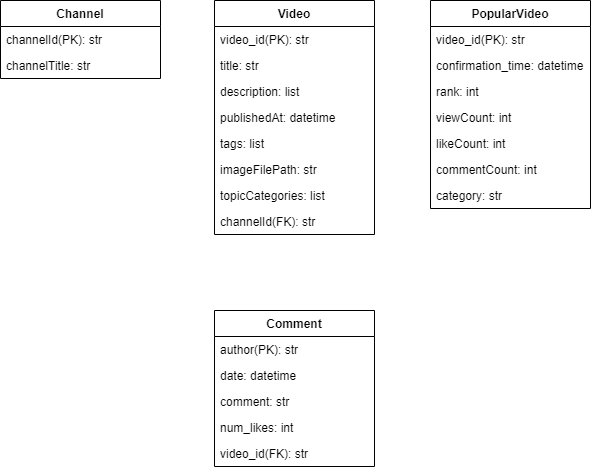
This is youtube_crawler_schema.png from oodeng98/Youtube_crawler, a draw.io export, as it was before one commit. Source tidied: cells renumbered, new cells last; positions are measured from the earlier drawing's top-left corner, leaving out a move shared by most shapes.
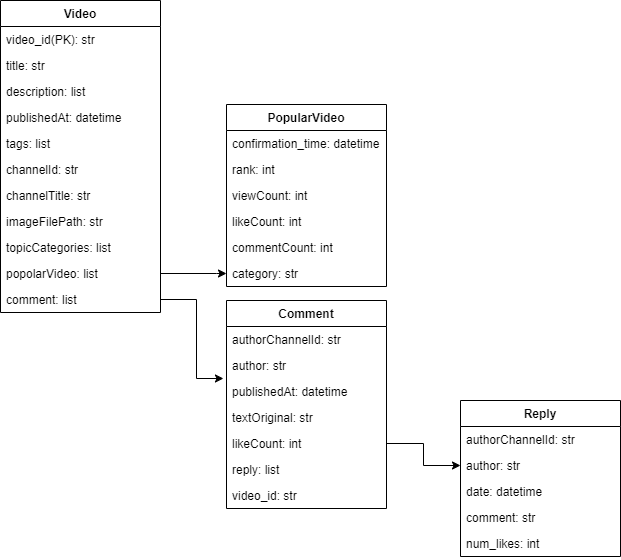
Later version of the same file.

What changed in the source:
```diff
@@ -3,14 +3,14 @@
     <mxCell id="0" />
     <mxCell id="1" parent="0" />
     <mxCell id="2" value="Video" style="swimlane;fontStyle=1;align=center;verticalAlign=top;horizontal=1;startSize=26;" parent="1" vertex="1">
-      <mxGeometry x="214" width="160" height="234" as="geometry" />
+      <mxGeometry y="-10" width="160" height="312" as="geometry" />
     </mxCell>
+    <mxCell id="4" value="video_id(PK): str" style="text;strokeColor=none;fillColor=none;align=left;verticalAlign=top;spacingLeft=4;spacingRight=4;overflow=hidden;" parent="2" vertex="1">
+      <mxGeometry y="26" width="160" height="26" as="geometry" />
+    </mxCell>
-    <mxCell id="3" value="video_id(PK): str" style="text;strokeColor=none;fillColor=none;align=left;verticalAlign=top;spacingLeft=4;spacingRight=4;overflow=hidden;" parent="2" vertex="1">
-      <mxGeometry y="26" width="160" height="26" as="geometry" />
+    <mxCell id="3" value="title: str" style="text;strokeColor=none;fillColor=none;align=left;verticalAlign=top;spacingLeft=4;spacingRight=4;overflow=hidden;" parent="2" vertex="1">
+      <mxGeometry y="52" width="160" height="26" as="geometry" />
     </mxCell>
-    <mxCell id="4" value="title: str" style="text;strokeColor=none;fillColor=none;align=left;verticalAlign=top;spacingLeft=4;spacingRight=4;overflow=hidden;" parent="2" vertex="1">
-      <mxGeometry y="52" width="160" height="26" as="geometry" />
-    </mxCell>
     <mxCell id="5" value="description: list" style="text;strokeColor=none;fillColor=none;align=left;verticalAlign=top;spacingLeft=4;spacingRight=4;overflow=hidden;" parent="2" vertex="1">
       <mxGeometry y="78" width="160" height="26" as="geometry" />
     </mxCell>
@@ -20,65 +20,106 @@
     <mxCell id="7" value="tags: list" style="text;strokeColor=none;fillColor=none;align=left;verticalAlign=top;spacingLeft=4;spacingRight=4;overflow=hidden;" parent="2" vertex="1">
       <mxGeometry y="130" width="160" height="26" as="geometry" />
     </mxCell>
+    <mxCell id="10" value="channelId: str" style="text;strokeColor=none;fillColor=none;align=left;verticalAlign=top;spacingLeft=4;spacingRight=4;overflow=hidden;" parent="2" vertex="1">
+      <mxGeometry y="156" width="160" height="26" as="geometry" />
+    </mxCell>
+    <mxCell id="13" value="channelTitle: str" style="text;strokeColor=none;fillColor=none;align=left;verticalAlign=top;spacingLeft=4;spacingRight=4;overflow=hidden;" parent="2" vertex="1">
+      <mxGeometry y="182" width="160" height="26" as="geometry" />
+    </mxCell>
     <mxCell id="8" value="imageFilePath: str" style="text;strokeColor=none;fillColor=none;align=left;verticalAlign=top;spacingLeft=4;spacingRight=4;overflow=hidden;" parent="2" vertex="1">
-      <mxGeometry y="156" width="160" height="26" as="geometry" />
+      <mxGeometry y="208" width="160" height="26" as="geometry" />
     </mxCell>
     <mxCell id="9" value="topicCategories: list" style="text;strokeColor=none;fillColor=none;align=left;verticalAlign=top;spacingLeft=4;spacingRight=4;overflow=hidden;" parent="2" vertex="1">
-      <mxGeometry y="182" width="160" height="26" as="geometry" />
+      <mxGeometry y="234" width="160" height="26" as="geometry" />
     </mxCell>
-    <mxCell id="10" value="channelId(FK): str" style="text;strokeColor=none;fillColor=none;align=left;verticalAlign=top;spacingLeft=4;spacingRight=4;overflow=hidden;" parent="2" vertex="1">
-      <mxGeometry y="208" width="160" height="26" as="geometry" />
-    </mxCell>
-    <mxCell id="11" value="Channel" style="swimlane;fontStyle=1;align=center;verticalAlign=top;horizontal=1;startSize=26;" parent="1" vertex="1">
-      <mxGeometry width="160" height="78" as="geometry" />
-    </mxCell>
-    <mxCell id="12" value="channelId(PK): str" style="text;strokeColor=none;fillColor=none;align=left;verticalAlign=top;spacingLeft=4;spacingRight=4;overflow=hidden;" parent="11" vertex="1">
-      <mxGeometry y="26" width="160" height="26" as="geometry" />
-    </mxCell>
-    <mxCell id="13" value="channelTitle: str" style="text;strokeColor=none;fillColor=none;align=left;verticalAlign=top;spacingLeft=4;spacingRight=4;overflow=hidden;" parent="11" vertex="1">
-      <mxGeometry y="52" width="160" height="26" as="geometry" />
-    </mxCell>
+    <mxCell id="28" value="popolarVideo: list" style="text;strokeColor=none;fillColor=none;align=left;verticalAlign=top;spacingLeft=4;spacingRight=4;overflow=hidden;points=[[0,0.5],[1,0.5]];portConstraint=eastwest;" parent="2" vertex="1">
+      <mxGeometry y="260" width="160" height="26" as="geometry" />
+    </mxCell>
+    <mxCell id="29" value="comment: list" style="text;strokeColor=none;fillColor=none;align=left;verticalAlign=top;spacingLeft=4;spacingRight=4;overflow=hidden;points=[[0,0.5],[1,0.5]];portConstraint=eastwest;" parent="2" vertex="1">
+      <mxGeometry y="286" width="160" height="26" as="geometry" />
+    </mxCell>
     <mxCell id="14" value="PopularVideo" style="swimlane;fontStyle=1;align=center;verticalAlign=top;horizontal=1;startSize=26;" parent="1" vertex="1">
-      <mxGeometry x="430" width="160" height="208" as="geometry" />
+      <mxGeometry x="226" y="94" width="160" height="182" as="geometry" />
     </mxCell>
-    <mxCell id="15" value="video_id(PK): str" style="text;strokeColor=none;fillColor=none;align=left;verticalAlign=top;spacingLeft=4;spacingRight=4;overflow=hidden;" parent="14" vertex="1">
-      <mxGeometry y="26" width="160" height="26" as="geometry" />
-    </mxCell>
     <mxCell id="16" value="confirmation_time: datetime" style="text;strokeColor=none;fillColor=none;align=left;verticalAlign=top;spacingLeft=4;spacingRight=4;overflow=hidden;" parent="14" vertex="1">
-      <mxGeometry y="52" width="160" height="26" as="geometry" />
+      <mxGeometry y="26" width="160" height="26" as="geometry" />
     </mxCell>
     <mxCell id="17" value="rank: int" style="text;strokeColor=none;fillColor=none;align=left;verticalAlign=top;spacingLeft=4;spacingRight=4;overflow=hidden;" parent="14" vertex="1">
-      <mxGeometry y="78" width="160" height="26" as="geometry" />
+      <mxGeometry y="52" width="160" height="26" as="geometry" />
     </mxCell>
     <mxCell id="18" value="viewCount: int" style="text;strokeColor=none;fillColor=none;align=left;verticalAlign=top;spacingLeft=4;spacingRight=4;overflow=hidden;" parent="14" vertex="1">
-      <mxGeometry y="104" width="160" height="26" as="geometry" />
+      <mxGeometry y="78" width="160" height="26" as="geometry" />
     </mxCell>
     <mxCell id="19" value="likeCount: int" style="text;strokeColor=none;fillColor=none;align=left;verticalAlign=top;spacingLeft=4;spacingRight=4;overflow=hidden;" parent="14" vertex="1">
-      <mxGeometry y="130" width="160" height="26" as="geometry" />
+      <mxGeometry y="104" width="160" height="26" as="geometry" />
     </mxCell>
     <mxCell id="20" value="commentCount: int" style="text;strokeColor=none;fillColor=none;align=left;verticalAlign=top;spacingLeft=4;spacingRight=4;overflow=hidden;" parent="14" vertex="1">
-      <mxGeometry y="156" width="160" height="26" as="geometry" />
+      <mxGeometry y="130" width="160" height="26" as="geometry" />
     </mxCell>
     <mxCell id="21" value="category: str" style="text;strokeColor=none;fillColor=none;align=left;verticalAlign=top;spacingLeft=4;spacingRight=4;overflow=hidden;" parent="14" vertex="1">
-      <mxGeometry y="182" width="160" height="26" as="geometry" />
+      <mxGeometry y="156" width="160" height="26" as="geometry" />
     </mxCell>
     <mxCell id="22" value="Comment" style="swimlane;fontStyle=1;align=center;verticalAlign=top;horizontal=1;startSize=26;" parent="1" vertex="1">
-      <mxGeometry x="214" y="310" width="160" height="156" as="geometry" />
+      <mxGeometry x="226" y="290" width="160" height="208" as="geometry" />
     </mxCell>
+    <mxCell id="30" value="authorChannelId: str" style="text;strokeColor=none;fillColor=none;align=left;verticalAlign=top;spacingLeft=4;spacingRight=4;overflow=hidden;" parent="22" vertex="1">
+      <mxGeometry y="26" width="160" height="26" as="geometry" />
+    </mxCell>
-    <mxCell id="23" value="author(PK): str" style="text;strokeColor=none;fillColor=none;align=left;verticalAlign=top;spacingLeft=4;spacingRight=4;overflow=hidden;" parent="22" vertex="1">
-      <mxGeometry y="26" width="160" height="26" as="geometry" />
+    <mxCell id="23" value="author: str" style="text;strokeColor=none;fillColor=none;align=left;verticalAlign=top;spacingLeft=4;spacingRight=4;overflow=hidden;" parent="22" vertex="1">
+      <mxGeometry y="52" width="160" height="26" as="geometry" />
     </mxCell>
-    <mxCell id="24" value="date: datetime" style="text;strokeColor=none;fillColor=none;align=left;verticalAlign=top;spacingLeft=4;spacingRight=4;overflow=hidden;points=[[0,0.5],[1,0.5]];portConstraint=eastwest;" parent="22" vertex="1">
-      <mxGeometry y="52" width="160" height="26" as="geometry" />
+    <mxCell id="24" value="publishedAt: datetime" style="text;strokeColor=none;fillColor=none;align=left;verticalAlign=top;spacingLeft=4;spacingRight=4;overflow=hidden;points=[[0,0.5],[1,0.5]];portConstraint=eastwest;" parent="22" vertex="1">
+      <mxGeometry y="78" width="160" height="26" as="geometry" />
     </mxCell>
-    <mxCell id="25" value="comment: str" style="text;strokeColor=none;fillColor=none;align=left;verticalAlign=top;spacingLeft=4;spacingRight=4;overflow=hidden;" parent="22" vertex="1">
-      <mxGeometry y="78" width="160" height="26" as="geometry" />
+    <mxCell id="25" value="textOriginal: str" style="text;strokeColor=none;fillColor=none;align=left;verticalAlign=top;spacingLeft=4;spacingRight=4;overflow=hidden;" parent="22" vertex="1">
+      <mxGeometry y="104" width="160" height="26" as="geometry" />
     </mxCell>
-    <mxCell id="26" value="num_likes: int" style="text;strokeColor=none;fillColor=none;align=left;verticalAlign=top;spacingLeft=4;spacingRight=4;overflow=hidden;points=[[0,0.5],[1,0.5]];portConstraint=eastwest;" parent="22" vertex="1">
-      <mxGeometry y="104" width="160" height="26" as="geometry" />
+    <mxCell id="26" value="likeCount: int" style="text;strokeColor=none;fillColor=none;align=left;verticalAlign=top;spacingLeft=4;spacingRight=4;overflow=hidden;points=[[0,0.5],[1,0.5]];portConstraint=eastwest;" parent="22" vertex="1">
+      <mxGeometry y="130" width="160" height="26" as="geometry" />
     </mxCell>
-    <mxCell id="27" value="video_id(FK): str" style="text;strokeColor=none;fillColor=none;align=left;verticalAlign=top;spacingLeft=4;spacingRight=4;overflow=hidden;" parent="22" vertex="1">
-      <mxGeometry y="130" width="160" height="26" as="geometry" />
-    </mxCell>
+    <mxCell id="31" value="reply: list" style="text;strokeColor=none;fillColor=none;align=left;verticalAlign=top;spacingLeft=4;spacingRight=4;overflow=hidden;" parent="22" vertex="1">
+      <mxGeometry y="156" width="160" height="26" as="geometry" />
+    </mxCell>
+    <mxCell id="32" value="video_id: str" style="text;strokeColor=none;fillColor=none;align=left;verticalAlign=top;spacingLeft=4;spacingRight=4;overflow=hidden;" parent="22" vertex="1">
+      <mxGeometry y="182" width="160" height="26" as="geometry" />
+    </mxCell>
+    <mxCell id="33" style="edgeStyle=orthogonalEdgeStyle;rounded=0;jettySize=auto;html=1;exitX=1;exitY=0.5;exitDx=0;exitDy=0;" parent="1" edge="1" source="28">
+      <mxGeometry relative="1" as="geometry">
+        <mxPoint x="226" y="263" as="targetPoint" />
+        <Array as="points">
+          <mxPoint x="216" y="263" />
+          <mxPoint x="216" y="263" />
+        </Array>
+      </mxGeometry>
+    </mxCell>
+    <mxCell id="34" style="edgeStyle=orthogonalEdgeStyle;rounded=0;jettySize=auto;html=1;exitX=1;exitY=0.5;exitDx=0;exitDy=0;entryX=-0.019;entryY=0;entryDx=0;entryDy=0;entryPerimeter=0;" parent="1" edge="1" source="29" target="24">
+      <mxGeometry relative="1" as="geometry">
+        <Array as="points">
+          <mxPoint x="196" y="289" />
+          <mxPoint x="196" y="368" />
+        </Array>
+      </mxGeometry>
+    </mxCell>
+    <mxCell id="35" value="Reply" style="swimlane;fontStyle=1;align=center;verticalAlign=top;horizontal=1;startSize=26;" parent="1" vertex="1">
+      <mxGeometry x="460" y="390" width="160" height="156" as="geometry" />
+    </mxCell>
+    <mxCell id="36" value="authorChannelId: str" style="text;strokeColor=none;fillColor=none;align=left;verticalAlign=top;spacingLeft=4;spacingRight=4;overflow=hidden;" parent="35" vertex="1">
+      <mxGeometry y="26" width="160" height="26" as="geometry" />
+    </mxCell>
+    <mxCell id="37" value="author: str" style="text;strokeColor=none;fillColor=none;align=left;verticalAlign=top;spacingLeft=4;spacingRight=4;overflow=hidden;points=[[0,0.5],[1,0.5]];portConstraint=eastwest;" parent="35" vertex="1">
+      <mxGeometry y="52" width="160" height="26" as="geometry" />
+    </mxCell>
+    <mxCell id="38" value="date: datetime" style="text;strokeColor=none;fillColor=none;align=left;verticalAlign=top;spacingLeft=4;spacingRight=4;overflow=hidden;" parent="35" vertex="1">
+      <mxGeometry y="78" width="160" height="26" as="geometry" />
+    </mxCell>
+    <mxCell id="39" value="comment: str" style="text;strokeColor=none;fillColor=none;align=left;verticalAlign=top;spacingLeft=4;spacingRight=4;overflow=hidden;" parent="35" vertex="1">
+      <mxGeometry y="104" width="160" height="26" as="geometry" />
+    </mxCell>
+    <mxCell id="40" value="num_likes: int" style="text;strokeColor=none;fillColor=none;align=left;verticalAlign=top;spacingLeft=4;spacingRight=4;overflow=hidden;" parent="35" vertex="1">
+      <mxGeometry y="130" width="160" height="26" as="geometry" />
+    </mxCell>
+    <mxCell id="41" style="edgeStyle=orthogonalEdgeStyle;rounded=0;jettySize=auto;html=1;exitX=1;exitY=0.5;exitDx=0;exitDy=0;entryX=0;entryY=0.5;entryDx=0;entryDy=0;" parent="1" edge="1" source="26" target="37">
+      <mxGeometry relative="1" as="geometry" />
+    </mxCell>
   </root>
 </mxGraphModel>
```
